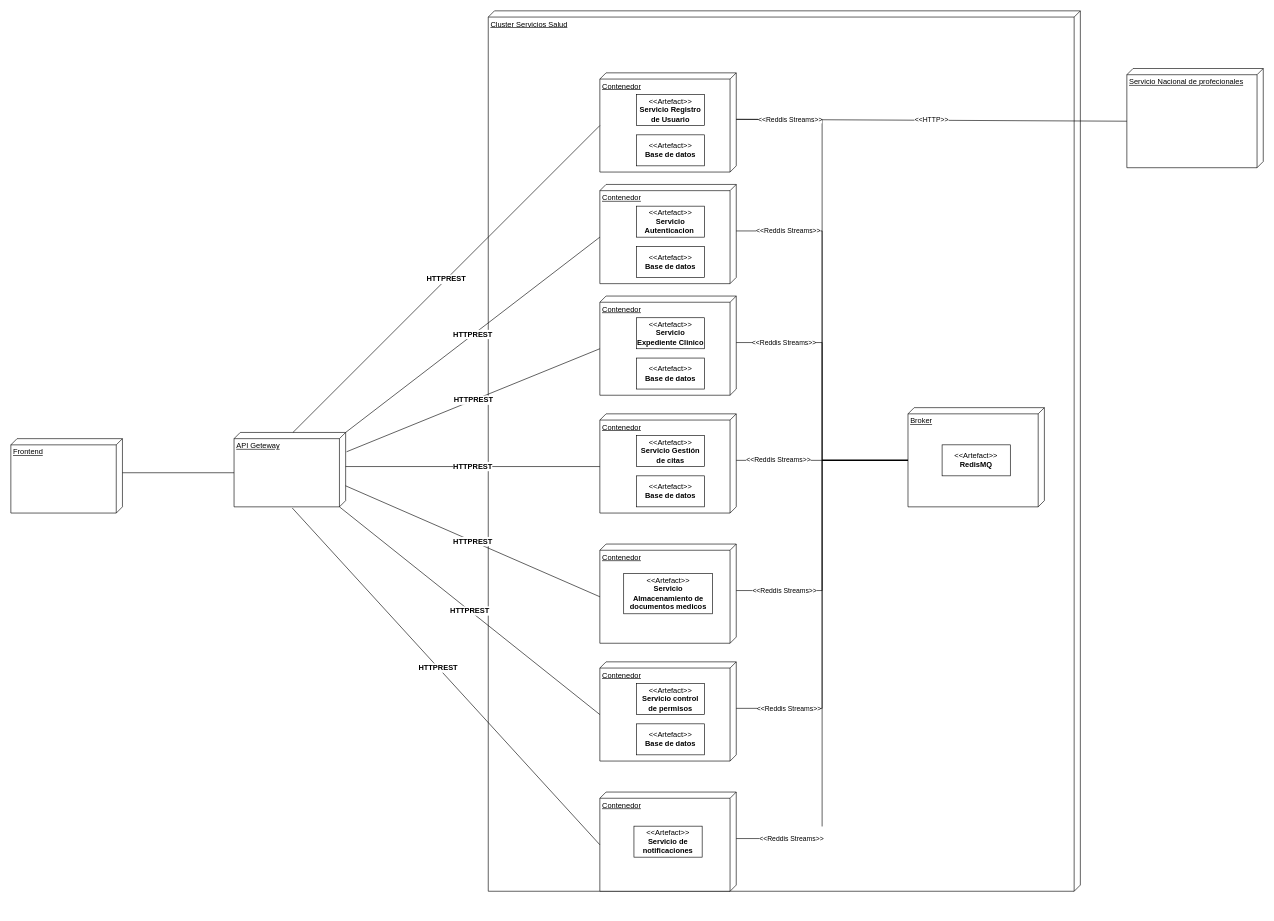
Earlier version of the draw.io diagram diagrama segundo avance.drawio (esdrasCopado/ProyectoDistibuidos). Source tidied: cells renumbered, new cells numbered last; positions are measured from the earlier drawing's top-left corner, leaving out a move shared by most shapes. Both pictures are drawn from the tidied source at 62%, with x=0, y=0 at pixel (11, 11).
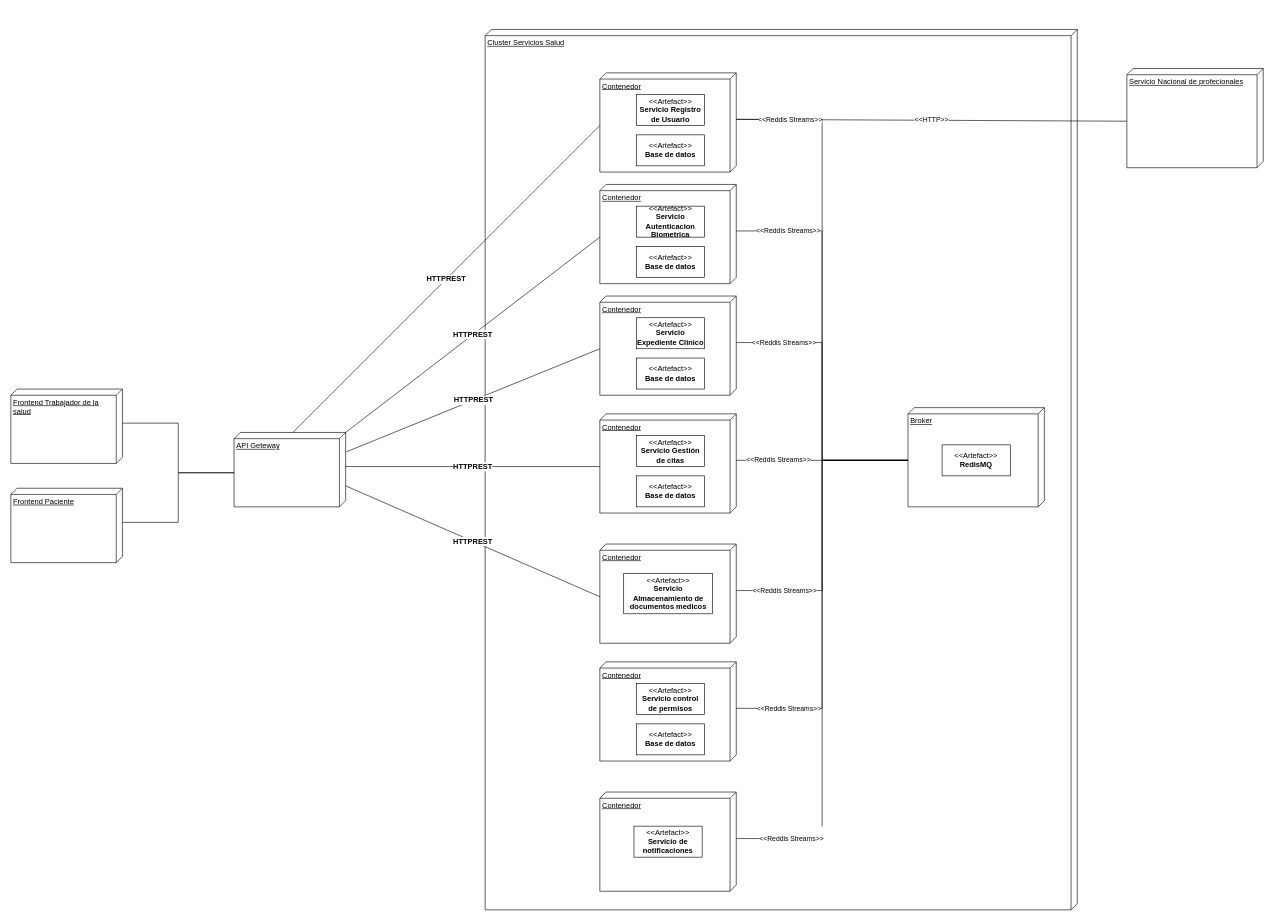
The same page after the edit.

Unchanged cells that the change refers to:
```xml
<mxCell id="4" value="Contenedor" style="verticalAlign=top;align=left;spacingTop=8;spacingLeft=2;spacingRight=12;shape=cube;size=10;direction=south;fontStyle=4;html=1;whiteSpace=wrap;" parent="3" vertex="1">
  <mxGeometry width="220" height="160" as="geometry" />
</mxCell>
<mxCell id="7" value="Contenedor" style="verticalAlign=top;align=left;spacingTop=8;spacingLeft=2;spacingRight=12;shape=cube;size=10;direction=south;fontStyle=4;html=1;whiteSpace=wrap;" parent="6" vertex="1">
  <mxGeometry width="220" height="160" as="geometry" />
</mxCell>
<mxCell id="21" style="group;" parent="1" vertex="1">
  <mxGeometry x="950" y="280" width="220" height="160" as="geometry" />
</mxCell>
<mxCell id="30" value="API Geteway" style="verticalAlign=top;align=left;spacingTop=8;spacingLeft=2;spacingRight=12;shape=cube;size=10;direction=south;fontStyle=4;html=1;whiteSpace=wrap;" parent="1" vertex="1">
  <mxGeometry x="360" y="680" width="180" height="120" as="geometry" />
</mxCell>
```

What changed in the source:
```diff
@@
     <mxCell id="2" value="Cluster Servicios Salud" style="verticalAlign=top;align=left;spacingTop=8;spacingLeft=2;spacingRight=12;shape=cube;size=10;direction=south;fontStyle=4;html=1;whiteSpace=wrap;" parent="1" vertex="1">
-      <mxGeometry x="770" width="955" height="1420" as="geometry" />
+      <mxGeometry x="765" y="30" width="955" height="1420" as="geometry" />
     </mxCell>
@@
-    <mxCell id="23" value="&amp;lt;&amp;lt;Artefact&amp;gt;&amp;gt;&lt;div&gt;&lt;b&gt;Servicio Autenticacion&amp;nbsp;&lt;/b&gt;&lt;/div&gt;" style="html=1;whiteSpace=wrap;" parent="21" vertex="1">
+    <mxCell id="23" value="&amp;lt;&amp;lt;Artefact&amp;gt;&amp;gt;&lt;div&gt;&lt;b&gt;Servicio Autenticacion Biometrica&lt;/b&gt;&lt;/div&gt;" style="html=1;whiteSpace=wrap;" parent="21" vertex="1">
       <mxGeometry x="59" y="35" width="110" height="50" as="geometry" />
     </mxCell>
@@
-    <mxCell id="29" value="Frontend" style="verticalAlign=top;align=left;spacingTop=8;spacingLeft=2;spacingRight=12;shape=cube;size=10;direction=south;fontStyle=4;html=1;whiteSpace=wrap;" parent="1" vertex="1">
-      <mxGeometry y="690" width="180" height="120" as="geometry" />
+    <mxCell id="29" value="Frontend Trabajador de la salud" style="verticalAlign=top;align=left;spacingTop=8;spacingLeft=2;spacingRight=12;shape=cube;size=10;direction=south;fontStyle=4;html=1;whiteSpace=wrap;" parent="1" vertex="1">
+      <mxGeometry y="610" width="180" height="120" as="geometry" />
     </mxCell>
@@
-    <mxCell id="36" value="&lt;font style=&quot;font-size: 12px;&quot;&gt;&lt;b&gt;HTTPREST&lt;/b&gt;&lt;/font&gt;" style="endArrow=none;html=1;rounded=0;exitX=0;exitY=0;exitDx=120;exitDy=10;exitPerimeter=0;entryX=0;entryY=0;entryDx=85;entryDy=220;entryPerimeter=0;" parent="1" edge="1" source="30" target="7">
-      <mxGeometry relative="1" as="geometry" />
-    </mxCell>
-    <mxCell id="37" value="&lt;b&gt;&lt;font style=&quot;font-size: 12px;&quot;&gt;HTTPREST&lt;/font&gt;&lt;/b&gt;" style="endArrow=none;html=1;rounded=0;exitX=1.016;exitY=0.478;exitDx=0;exitDy=0;exitPerimeter=0;entryX=0;entryY=0;entryDx=85;entryDy=220;entryPerimeter=0;" parent="1" edge="1" source="30" target="4">
-      <mxGeometry x="-0.05" relative="1" as="geometry" />
-    </mxCell>
@@
+    <mxCell id="52" value="Frontend Paciente" style="verticalAlign=top;align=left;spacingTop=8;spacingLeft=2;spacingRight=12;shape=cube;size=10;direction=south;fontStyle=4;html=1;whiteSpace=wrap;" parent="1" vertex="1">
+      <mxGeometry y="770" width="180" height="120" as="geometry" />
+    </mxCell>
+    <mxCell id="53" style="edgeStyle=orthogonalEdgeStyle;rounded=0;jettySize=auto;html=1;exitX=0;exitY=0;exitDx=55;exitDy=0;exitPerimeter=0;entryX=0;entryY=0;entryDx=65;entryDy=180;entryPerimeter=0;endArrow=none;startFill=0;" parent="1" edge="1" source="52" target="30">
+      <mxGeometry relative="1" as="geometry" />
+    </mxCell>
```
